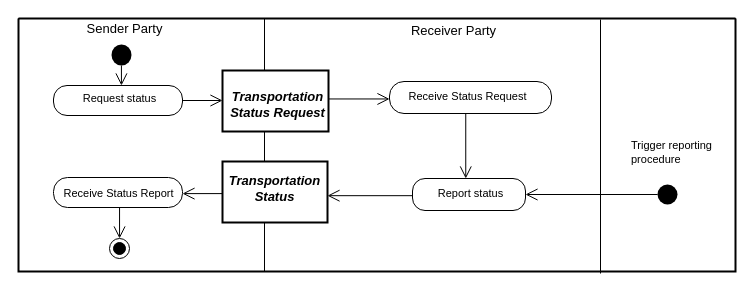
Before: diagrams/UBL-2.2-FreightStatusReporting/UBL-2.2-FreightStatusReporting.drawio in kduvekot/ubl-work-on-svg-images, a draw.io diagram. Source tidied: cells renumbered, new cells numbered last; positions are measured from the earlier drawing's top-left corner, leaving out a move shared by most shapes. Both pictures are drawn from the tidied source at 100%, with x=0, y=0 at pixel (18, 18).
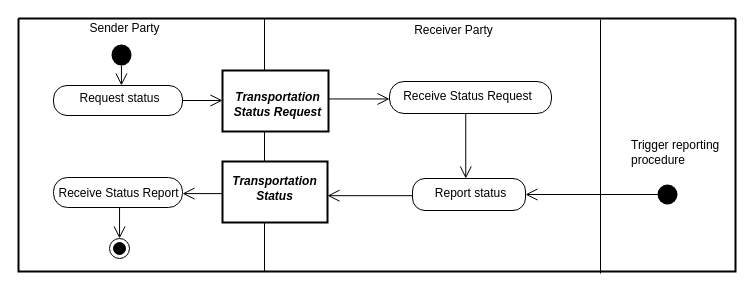
The same diagram, later.

The change refers to these unchanged cells:
```xml
<mxCell id="2" style="swimlane;html=1;startSize=0;whiteSpace=wrap;fillColor=none;strokeWidth=2;" parent="1" vertex="1">
  <mxGeometry width="717" height="253" as="geometry" />
</mxCell>
```

Change to the diagram source:
```diff
@@
-    <mxCell id="3" value="Sender Party" style="swimlane;horizontal=1;startSize=19;swimlaneLine=0;html=1;fillColor=none;fontSize=13;fontStyle=0;spacing=0;spacingRight=34;" parent="2" vertex="1">
+    <mxCell id="3" value="Sender Party" style="swimlane;horizontal=1;startSize=19;swimlaneLine=0;html=1;fillColor=none;fontStyle=0;spacing=0;spacingRight=34;" parent="2" vertex="1">
       <mxGeometry width="246" height="253" as="geometry" />
     </mxCell>
-    <mxCell id="4" value="Receiver Party" style="swimlane;horizontal=1;startSize=23;swimlaneLine=0;html=1;fillColor=none;fontSize=13;fontStyle=0;spacing=0;spacingRight=94;" parent="2" vertex="1">
+    <mxCell id="4" value="Receiver Party" style="swimlane;horizontal=1;startSize=23;swimlaneLine=0;html=1;fillColor=none;fontStyle=0;spacing=0;spacingRight=94;" parent="2" vertex="1">
       <mxGeometry x="246" width="471" height="253" as="geometry" />
     </mxCell>
@@
-    <mxCell id="7" value="Transportation&lt;br&gt;Status Request" style="rounded=0;html=1;whiteSpace=nowrap;fontSize=13;fontStyle=3;align=center;verticalAlign=middle;spacing=0;spacingLeft=4;spacingTop=6;strokeWidth=2;" parent="4" vertex="1">
+    <mxCell id="7" value="Transportation&lt;br&gt;Status Request" style="rounded=0;html=1;whiteSpace=nowrap;fontStyle=3;align=center;verticalAlign=middle;spacing=0;spacingLeft=4;spacingTop=6;strokeWidth=2;" parent="4" vertex="1">
       <mxGeometry x="-42" y="52" width="106" height="61" as="geometry" />
     </mxCell>
-    <mxCell id="8" value="Receive Status Request" style="rounded=1;absoluteArcSize=1;arcSize=29;html=1;whiteSpace=nowrap;fontSize=11;fontStyle=0;align=center;verticalAlign=middle;spacing=0;spacingRight=6;spacingBottom=2;" parent="4" vertex="1">
+    <mxCell id="8" value="Receive Status Request" style="rounded=1;absoluteArcSize=1;arcSize=29;html=1;whiteSpace=nowrap;fontStyle=0;align=center;verticalAlign=middle;spacing=0;spacingRight=6;spacingBottom=2;" parent="4" vertex="1">
       <mxGeometry x="125" y="63" width="162" height="32" as="geometry" />
     </mxCell>
-    <mxCell id="9" value="Request status" style="rounded=1;absoluteArcSize=1;arcSize=27;html=1;whiteSpace=nowrap;fontSize=11;fontStyle=0;align=center;verticalAlign=middle;spacing=0;spacingLeft=2;spacingBottom=4;" parent="3" vertex="1">
+    <mxCell id="9" value="Request status" style="rounded=1;absoluteArcSize=1;arcSize=27;html=1;whiteSpace=nowrap;fontStyle=0;align=center;verticalAlign=middle;spacing=0;spacingLeft=2;spacingBottom=4;" parent="3" vertex="1">
       <mxGeometry x="35" y="67" width="129" height="30" as="geometry" />
     </mxCell>
-    <mxCell id="10" value="Transportation&lt;br&gt;Status" style="rounded=0;html=1;whiteSpace=nowrap;fontSize=13;fontStyle=3;align=center;verticalAlign=middle;spacing=0;spacingRight=2;spacingBottom=8;strokeWidth=2;" parent="4" vertex="1">
+    <mxCell id="10" value="Transportation&lt;br&gt;Status" style="rounded=0;html=1;whiteSpace=nowrap;fontStyle=3;align=center;verticalAlign=middle;spacing=0;spacingRight=2;spacingBottom=8;strokeWidth=2;" parent="4" vertex="1">
       <mxGeometry x="-42" y="143" width="105" height="61" as="geometry" />
     </mxCell>
-    <mxCell id="11" value="Receive Status Report" style="rounded=1;absoluteArcSize=1;arcSize=28;html=1;whiteSpace=nowrap;fontSize=11;fontStyle=0;align=center;verticalAlign=middle;spacing=0;spacingLeft=1;spacingTop=1;" parent="3" vertex="1">
+    <mxCell id="11" value="Receive Status Report" style="rounded=1;absoluteArcSize=1;arcSize=28;html=1;whiteSpace=nowrap;fontStyle=0;align=center;verticalAlign=middle;spacing=0;spacingLeft=1;spacingTop=1;" parent="3" vertex="1">
       <mxGeometry x="35" y="159" width="129" height="30" as="geometry" />
     </mxCell>
-    <mxCell id="12" value="Report status" style="rounded=1;absoluteArcSize=1;arcSize=25;html=1;whiteSpace=nowrap;fontSize=11;fontStyle=0;align=center;verticalAlign=middle;spacing=0;spacingLeft=3;spacingBottom=2;" parent="4" vertex="1">
+    <mxCell id="12" value="Report status" style="rounded=1;absoluteArcSize=1;arcSize=25;html=1;whiteSpace=nowrap;fontStyle=0;align=center;verticalAlign=middle;spacing=0;spacingLeft=3;spacingBottom=2;" parent="4" vertex="1">
       <mxGeometry x="148" y="160" width="113" height="32" as="geometry" />
     </mxCell>
-    <mxCell id="13" value="Trigger reporting&lt;br&gt;procedure" style="ellipse;shape=startState;fillColor=#000000;strokeColor=none;html=1;whiteSpace=nowrap;fontSize=11;fontStyle=0;align=left;verticalAlign=middle;spacing=0;spacingLeft=-26;spacingBottom=84;" parent="4" vertex="1">
+    <mxCell id="13" value="Trigger reporting&lt;br&gt;procedure" style="ellipse;shape=startState;fillColor=#000000;strokeColor=none;html=1;whiteSpace=nowrap;fontStyle=0;align=left;verticalAlign=middle;spacing=0;spacingLeft=-26;spacingBottom=84;" parent="4" vertex="1">
       <mxGeometry x="389" y="162" width="28" height="28" as="geometry" />
     </mxCell>
```
